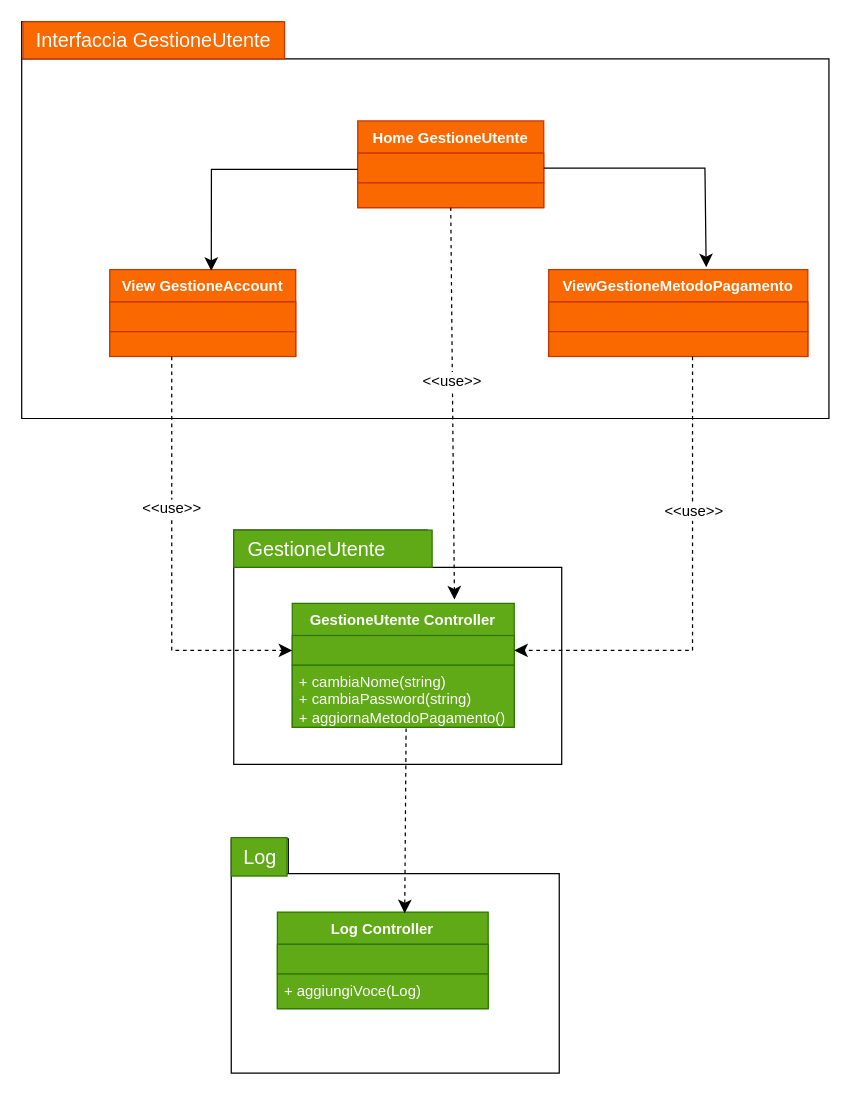
Above: Diagrammi_Package/Classi/Diagramma senza titolo.drawio in JosephBoom02/Progetto_Ingegneria_del_Software (draw.io), before the change. Source tidied: cells renumbered, new cells numbered last; positions are measured from the earlier drawing's top-left corner, leaving out a move shared by most shapes. Both pictures are drawn from the tidied source at 124%, with x=0, y=0 at pixel (21, 21).
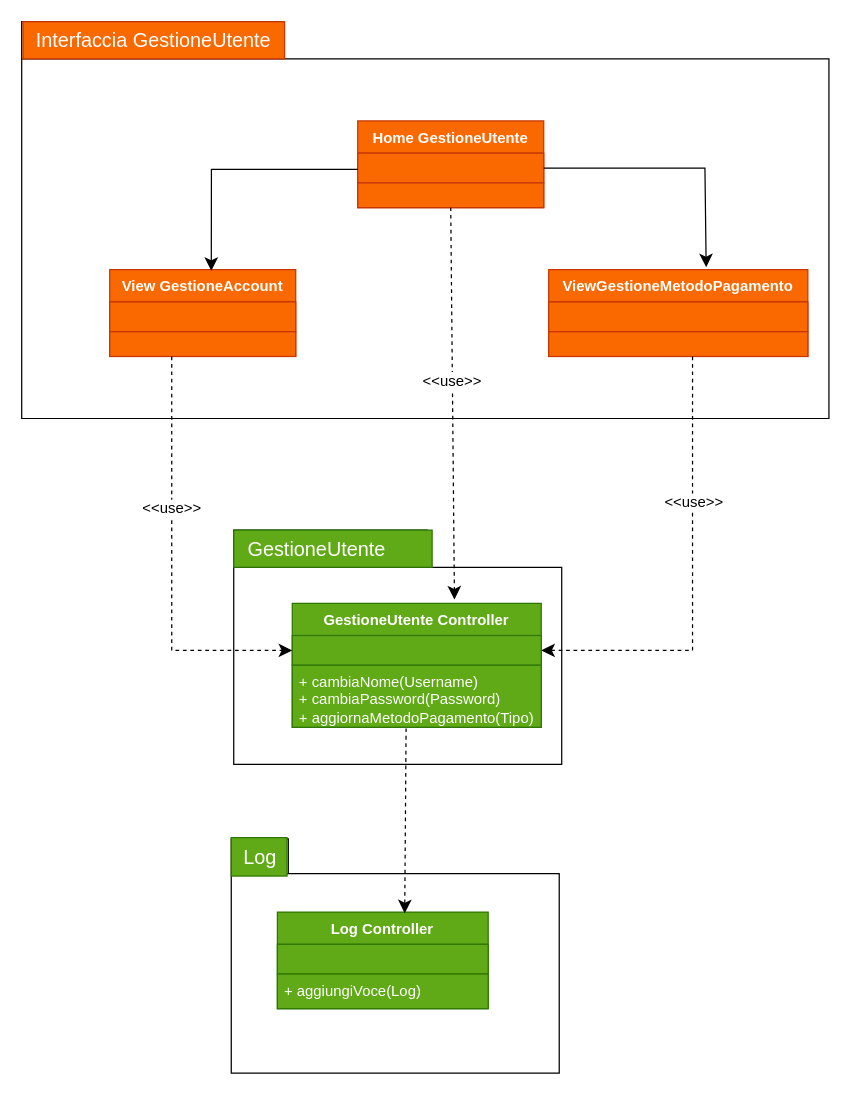
The same page after the edit.

What changed in the source:
```diff
@@
     <mxCell id="19" value="&lt;font color=&quot;#ffffff&quot;&gt;GestioneUtente Controller&lt;br&gt;&lt;/font&gt;" style="swimlane;fontStyle=1;align=center;verticalAlign=top;horizontal=1;startSize=26;whiteSpace=wrap;html=1;fillColor=#60a917;fontColor=#ffffff;strokeColor=#2D7600;" parent="1" vertex="1">
-      <mxGeometry x="218.2" y="469" width="179" height="100" as="geometry" />
+      <mxGeometry x="218.2" y="469" width="200.8" height="100" as="geometry" />
     </mxCell>
     <mxCell id="20" style="text;strokeColor=#2D7600;fillColor=#60a917;align=left;verticalAlign=top;spacingLeft=4;spacingRight=4;overflow=hidden;points=[[0,0.5],[1,0.5]];portConstraint=eastwest;whiteSpace=wrap;html=1;fontColor=#ffffff;" parent="19" vertex="1">
-      <mxGeometry y="26" width="179" height="24" as="geometry" />
+      <mxGeometry y="26" width="200.8" height="24" as="geometry" />
     </mxCell>
     <mxCell id="21" style="line;strokeWidth=1;fillColor=#fa6800;align=left;verticalAlign=middle;spacingTop=-1;spacingLeft=3;spacingRight=3;labelPosition=right;strokeColor=#FF8000;fontColor=#000000;" parent="19" vertex="1">
-      <mxGeometry y="50" width="179" as="geometry" />
+      <mxGeometry y="50" width="200.8" as="geometry" />
     </mxCell>
-    <mxCell id="22" value="&lt;div&gt;+ cambiaNome(string)&lt;/div&gt;&lt;div&gt;+ cambiaPassword(string)&lt;br&gt;&lt;/div&gt;&lt;div&gt;+ aggiornaMetodoPagamento()&lt;br&gt;&lt;/div&gt;" style="text;strokeColor=#2D7600;fillColor=#60a917;align=left;verticalAlign=top;spacingLeft=4;spacingRight=4;overflow=hidden;whiteSpace=wrap;html=1;fontColor=#ffffff;" parent="19" vertex="1">
-      <mxGeometry y="50" width="179" height="50" as="geometry" />
+    <mxCell id="22" value="&lt;div&gt;+ cambiaNome(Username)&lt;/div&gt;&lt;div&gt;+ cambiaPassword(Password)&lt;br&gt;&lt;/div&gt;&lt;div&gt;+ aggiornaMetodoPagamento(Tipo)&lt;br&gt;&lt;/div&gt;" style="text;strokeColor=#2D7600;fillColor=#60a917;align=left;verticalAlign=top;spacingLeft=4;spacingRight=4;overflow=hidden;whiteSpace=wrap;html=1;fontColor=#ffffff;" parent="19" vertex="1">
+      <mxGeometry y="50" width="200.8" height="50" as="geometry" />
     </mxCell>
```
